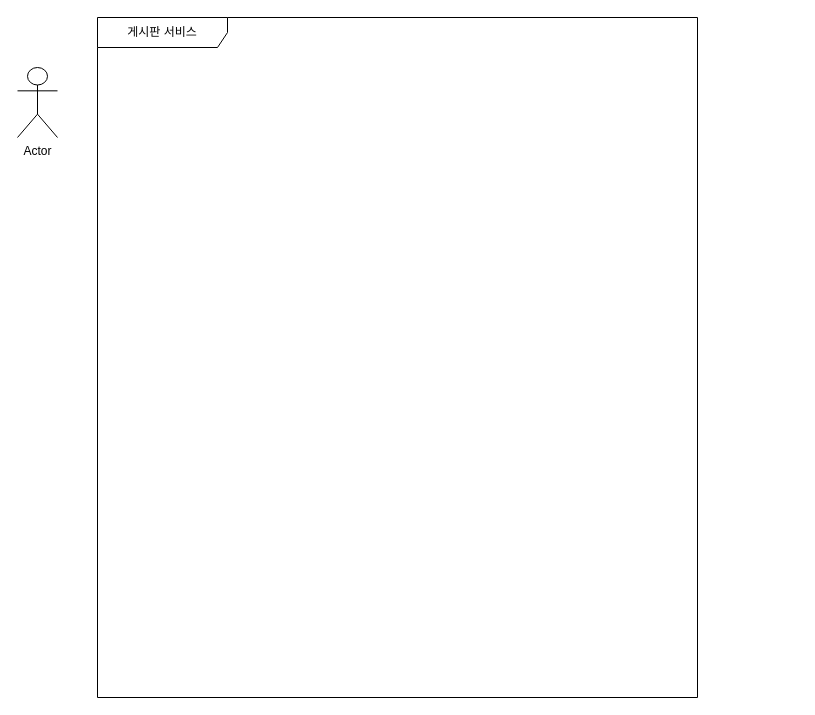
affinity96/fastcampus-project-board keeps this draw.io diagram as document/제목 없는 다이어그램.drawio. Above is the earlier version. Source tidied: cells renumbered, new cells numbered last; positions are measured from the earlier drawing's top-left corner, leaving out a move shared by most shapes. Both pictures are drawn from the tidied source at 100%, with x=0, y=0 at pixel (17, 17).
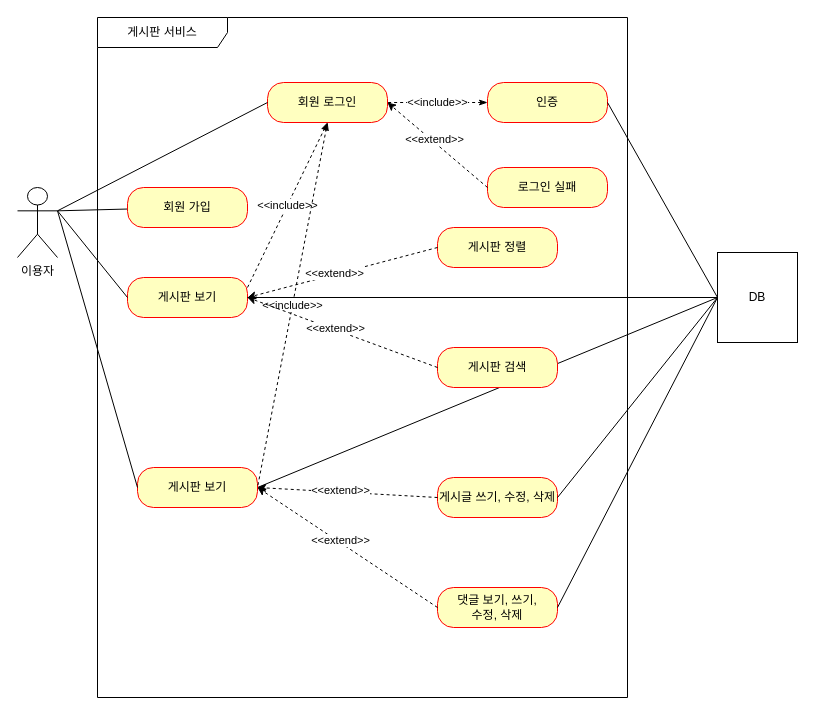
The same diagram, later.

Commit message (it also covers changes not shown here):
제목 없는 다이어그램.drawio 업데이트

What changed in the source:
```diff
@@
-    <mxCell id="2" value="Actor" style="shape=umlActor;verticalLabelPosition=bottom;verticalAlign=top;html=1;outlineConnect=0;" parent="1" vertex="1">
-      <mxGeometry y="50" width="40" height="70" as="geometry" />
+    <mxCell id="2" value="이용자&lt;br&gt;" style="shape=umlActor;verticalLabelPosition=bottom;verticalAlign=top;html=1;outlineConnect=0;" parent="1" vertex="1">
+      <mxGeometry y="170" width="40" height="70" as="geometry" />
     </mxCell>
     <mxCell id="3" value="게시판 서비스" style="shape=umlFrame;whiteSpace=wrap;html=1;width=130;height=30;" parent="1" vertex="1">
-      <mxGeometry x="80" width="600" height="680" as="geometry" />
+      <mxGeometry x="80" width="530" height="680" as="geometry" />
     </mxCell>
+    <mxCell id="4" value="게시판 보기" style="rounded=1;whiteSpace=wrap;html=1;arcSize=40;fontColor=#000000;fillColor=#ffffc0;strokeColor=#ff0000;" parent="1" vertex="1">
+      <mxGeometry x="110" y="260" width="120" height="40" as="geometry" />
+    </mxCell>
+    <mxCell id="5" style="rounded=0;jettySize=auto;html=1;entryX=1;entryY=0.3333333333333333;entryDx=0;entryDy=0;entryPerimeter=0;startArrow=none;startFill=0;endArrow=none;endFill=0;" parent="1" edge="1" source="6" target="2">
+      <mxGeometry relative="1" as="geometry" />
+    </mxCell>
+    <mxCell id="6" value="회원 가입" style="rounded=1;whiteSpace=wrap;html=1;arcSize=40;fontColor=#000000;fillColor=#ffffc0;strokeColor=#ff0000;" parent="1" vertex="1">
+      <mxGeometry x="110" y="170" width="120" height="40" as="geometry" />
+    </mxCell>
+    <mxCell id="7" style="rounded=0;jettySize=auto;html=1;exitX=1;exitY=0.5;exitDx=0;exitDy=0;entryX=0;entryY=0.5;entryDx=0;entryDy=0;endArrow=none;endFill=0;" parent="1" edge="1" source="8" target="32">
+      <mxGeometry relative="1" as="geometry" />
+    </mxCell>
+    <mxCell id="8" value="게시판 보기" style="rounded=1;whiteSpace=wrap;html=1;arcSize=40;fontColor=#000000;fillColor=#ffffc0;strokeColor=#ff0000;" parent="1" vertex="1">
+      <mxGeometry x="120" y="450" width="120" height="40" as="geometry" />
+    </mxCell>
+    <mxCell id="9" value="회원 로그인" style="rounded=1;whiteSpace=wrap;html=1;arcSize=40;fontColor=#000000;fillColor=#ffffc0;strokeColor=#ff0000;" parent="1" vertex="1">
+      <mxGeometry x="250" y="65" width="120" height="40" as="geometry" />
+    </mxCell>
+    <mxCell id="10" value="&amp;lt;&amp;lt;include&amp;gt;&amp;gt;" style="edgeStyle=orthogonalEdgeStyle;rounded=0;jettySize=auto;html=1;exitX=0;exitY=0.5;exitDx=0;exitDy=0;entryX=1;entryY=0.5;entryDx=0;entryDy=0;endArrow=none;endFill=0;dashed=1;startArrow=classicThin;startFill=1;" parent="1" edge="1" source="11" target="9">
+      <mxGeometry relative="1" as="geometry" />
+    </mxCell>
+    <mxCell id="11" value="인증" style="rounded=1;whiteSpace=wrap;html=1;arcSize=40;fontColor=#000000;fillColor=#ffffc0;strokeColor=#ff0000;" parent="1" vertex="1">
+      <mxGeometry x="470" y="65" width="120" height="40" as="geometry" />
+    </mxCell>
+    <mxCell id="12" value="로그인 실패" style="rounded=1;whiteSpace=wrap;html=1;arcSize=40;fontColor=#000000;fillColor=#ffffc0;strokeColor=#ff0000;" parent="1" vertex="1">
+      <mxGeometry x="470" y="150" width="120" height="40" as="geometry" />
+    </mxCell>
+    <mxCell id="13" value="게시판 정렬" style="rounded=1;whiteSpace=wrap;html=1;arcSize=40;fontColor=#000000;fillColor=#ffffc0;strokeColor=#ff0000;" parent="1" vertex="1">
+      <mxGeometry x="420" y="210" width="120" height="40" as="geometry" />
+    </mxCell>
+    <mxCell id="14" value="게시판 검색" style="rounded=1;whiteSpace=wrap;html=1;arcSize=40;fontColor=#000000;fillColor=#ffffc0;strokeColor=#ff0000;" parent="1" vertex="1">
+      <mxGeometry x="420" y="330" width="120" height="40" as="geometry" />
+    </mxCell>
+    <mxCell id="15" value="게시글 쓰기, 수정, 삭제" style="rounded=1;whiteSpace=wrap;html=1;arcSize=40;fontColor=#000000;fillColor=#ffffc0;strokeColor=#ff0000;" parent="1" vertex="1">
+      <mxGeometry x="420" y="460" width="120" height="40" as="geometry" />
+    </mxCell>
+    <mxCell id="16" value="댓글 보기, 쓰기,&lt;br&gt;수정, 삭제" style="rounded=1;whiteSpace=wrap;html=1;arcSize=40;fontColor=#000000;fillColor=#ffffc0;strokeColor=#ff0000;" parent="1" vertex="1">
+      <mxGeometry x="420" y="570" width="120" height="40" as="geometry" />
+    </mxCell>
+    <mxCell id="17" style="rounded=0;jettySize=auto;html=1;entryX=1;entryY=0.3333333333333333;entryDx=0;entryDy=0;entryPerimeter=0;startArrow=none;startFill=0;endArrow=none;endFill=0;exitX=0;exitY=0.5;exitDx=0;exitDy=0;" parent="1" edge="1" source="9" target="2">
+      <mxGeometry relative="1" as="geometry" />
+    </mxCell>
+    <mxCell id="18" style="rounded=0;jettySize=auto;html=1;entryX=1;entryY=0.3333333333333333;entryDx=0;entryDy=0;entryPerimeter=0;startArrow=none;startFill=0;endArrow=none;endFill=0;exitX=0;exitY=0.5;exitDx=0;exitDy=0;" parent="1" edge="1" source="4" target="2">
+      <mxGeometry relative="1" as="geometry" />
+    </mxCell>
+    <mxCell id="19" style="rounded=0;jettySize=auto;html=1;entryX=1;entryY=0.3333333333333333;entryDx=0;entryDy=0;entryPerimeter=0;startArrow=none;startFill=0;endArrow=none;endFill=0;exitX=0;exitY=0.5;exitDx=0;exitDy=0;" parent="1" edge="1" source="8" target="2">
+      <mxGeometry relative="1" as="geometry" />
+    </mxCell>
+    <mxCell id="20" style="rounded=0;jettySize=auto;html=1;exitX=0;exitY=0.5;exitDx=0;exitDy=0;entryX=1;entryY=0.5;entryDx=0;entryDy=0;endArrow=classic;endFill=1;dashed=1;startArrow=none;startFill=0;" parent="1" edge="1" source="12" target="9">
+      <mxGeometry relative="1" as="geometry" />
+    </mxCell>
+    <mxCell id="21" value="&amp;lt;&amp;lt;extend&amp;gt;&amp;gt;" style="edgeLabel;html=1;align=center;verticalAlign=middle;" parent="20" vertex="1">
+      <mxGeometry x="0.09" y="-2" relative="1" as="geometry" />
+    </mxCell>
+    <mxCell id="22" value="&amp;lt;&amp;lt;include&amp;gt;&amp;gt;" style="rounded=0;jettySize=auto;html=1;exitX=0.5;exitY=1;exitDx=0;exitDy=0;entryX=1;entryY=0.25;entryDx=0;entryDy=0;endArrow=none;endFill=0;dashed=1;startArrow=classicThin;startFill=1;" parent="1" edge="1" source="9" target="4">
+      <mxGeometry relative="1" as="geometry" />
+    </mxCell>
+    <mxCell id="23" value="&amp;lt;&amp;lt;include&amp;gt;&amp;gt;" style="rounded=0;jettySize=auto;html=1;exitX=0.5;exitY=1;exitDx=0;exitDy=0;entryX=1;entryY=0.5;entryDx=0;entryDy=0;endArrow=none;endFill=0;dashed=1;startArrow=classicThin;startFill=1;" parent="1" edge="1" source="9" target="8">
+      <mxGeometry relative="1" as="geometry" />
+    </mxCell>
+    <mxCell id="24" style="rounded=0;jettySize=auto;html=1;exitX=0;exitY=0.5;exitDx=0;exitDy=0;entryX=1;entryY=0.5;entryDx=0;entryDy=0;endArrow=classic;endFill=1;dashed=1;startArrow=none;startFill=0;" parent="1" edge="1" source="13" target="4">
+      <mxGeometry relative="1" as="geometry" />
+    </mxCell>
+    <mxCell id="25" value="&amp;lt;&amp;lt;extend&amp;gt;&amp;gt;" style="edgeLabel;html=1;align=center;verticalAlign=middle;" parent="24" vertex="1">
+      <mxGeometry x="0.09" y="-2" relative="1" as="geometry" />
+    </mxCell>
+    <mxCell id="26" style="rounded=0;jettySize=auto;html=1;exitX=0;exitY=0.5;exitDx=0;exitDy=0;entryX=1;entryY=0.5;entryDx=0;entryDy=0;endArrow=classic;endFill=1;dashed=1;startArrow=none;startFill=0;" parent="1" edge="1" source="14" target="4">
+      <mxGeometry relative="1" as="geometry" />
+    </mxCell>
+    <mxCell id="27" value="&amp;lt;&amp;lt;extend&amp;gt;&amp;gt;" style="edgeLabel;html=1;align=center;verticalAlign=middle;" parent="26" vertex="1">
+      <mxGeometry x="0.09" y="-2" relative="1" as="geometry" />
+    </mxCell>
+    <mxCell id="28" style="rounded=0;jettySize=auto;html=1;exitX=0;exitY=0.5;exitDx=0;exitDy=0;entryX=1;entryY=0.5;entryDx=0;entryDy=0;endArrow=classic;endFill=1;dashed=1;startArrow=none;startFill=0;" parent="1" edge="1" source="15" target="8">
+      <mxGeometry relative="1" as="geometry" />
+    </mxCell>
+    <mxCell id="29" value="&amp;lt;&amp;lt;extend&amp;gt;&amp;gt;" style="edgeLabel;html=1;align=center;verticalAlign=middle;" parent="28" vertex="1">
+      <mxGeometry x="0.09" y="-2" relative="1" as="geometry" />
+    </mxCell>
+    <mxCell id="30" style="rounded=0;jettySize=auto;html=1;exitX=0;exitY=0.5;exitDx=0;exitDy=0;entryX=1;entryY=0.5;entryDx=0;entryDy=0;endArrow=classic;endFill=1;dashed=1;startArrow=none;startFill=0;" parent="1" edge="1" source="16" target="8">
+      <mxGeometry relative="1" as="geometry" />
+    </mxCell>
+    <mxCell id="31" value="&amp;lt;&amp;lt;extend&amp;gt;&amp;gt;" style="edgeLabel;html=1;align=center;verticalAlign=middle;" parent="30" vertex="1">
+      <mxGeometry x="0.09" y="-2" relative="1" as="geometry" />
+    </mxCell>
+    <mxCell id="32" value="DB" style="html=1;whiteSpace=wrap;" parent="1" vertex="1">
+      <mxGeometry x="700" y="235" width="80" height="90" as="geometry" />
+    </mxCell>
+    <mxCell id="33" style="rounded=0;jettySize=auto;html=1;entryX=0;entryY=0.5;entryDx=0;entryDy=0;startArrow=none;startFill=0;endArrow=none;endFill=0;exitX=1;exitY=0.5;exitDx=0;exitDy=0;" parent="1" edge="1" source="11" target="32">
+      <mxGeometry relative="1" as="geometry" />
+    </mxCell>
+    <mxCell id="34" style="rounded=0;jettySize=auto;html=1;entryX=0;entryY=0.5;entryDx=0;entryDy=0;startArrow=none;startFill=0;endArrow=none;endFill=0;exitX=1;exitY=0.5;exitDx=0;exitDy=0;" parent="1" edge="1" source="4" target="32">
+      <mxGeometry relative="1" as="geometry" />
+    </mxCell>
+    <mxCell id="35" style="rounded=0;jettySize=auto;html=1;exitX=1;exitY=0.5;exitDx=0;exitDy=0;entryX=0;entryY=0.5;entryDx=0;entryDy=0;endArrow=none;endFill=0;" parent="1" edge="1" source="15" target="32">
+      <mxGeometry relative="1" as="geometry" />
+    </mxCell>
+    <mxCell id="36" style="rounded=0;jettySize=auto;html=1;exitX=1;exitY=0.5;exitDx=0;exitDy=0;entryX=0;entryY=0.5;entryDx=0;entryDy=0;endArrow=none;endFill=0;" parent="1" edge="1" source="16" target="32">
+      <mxGeometry relative="1" as="geometry" />
+    </mxCell>
```
